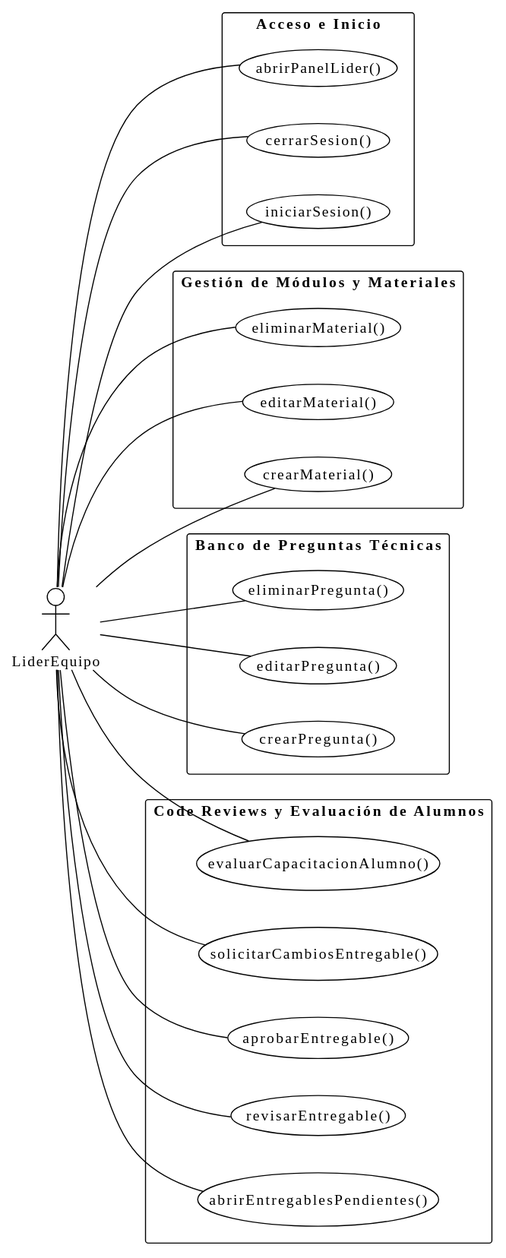
The PlantUML diagram images/RUP/01-requisitos/01-actores-casos-uso/actoresCasosUsoLiderEquipo.svg in TheMoys/CTS-Academy, before a commit.
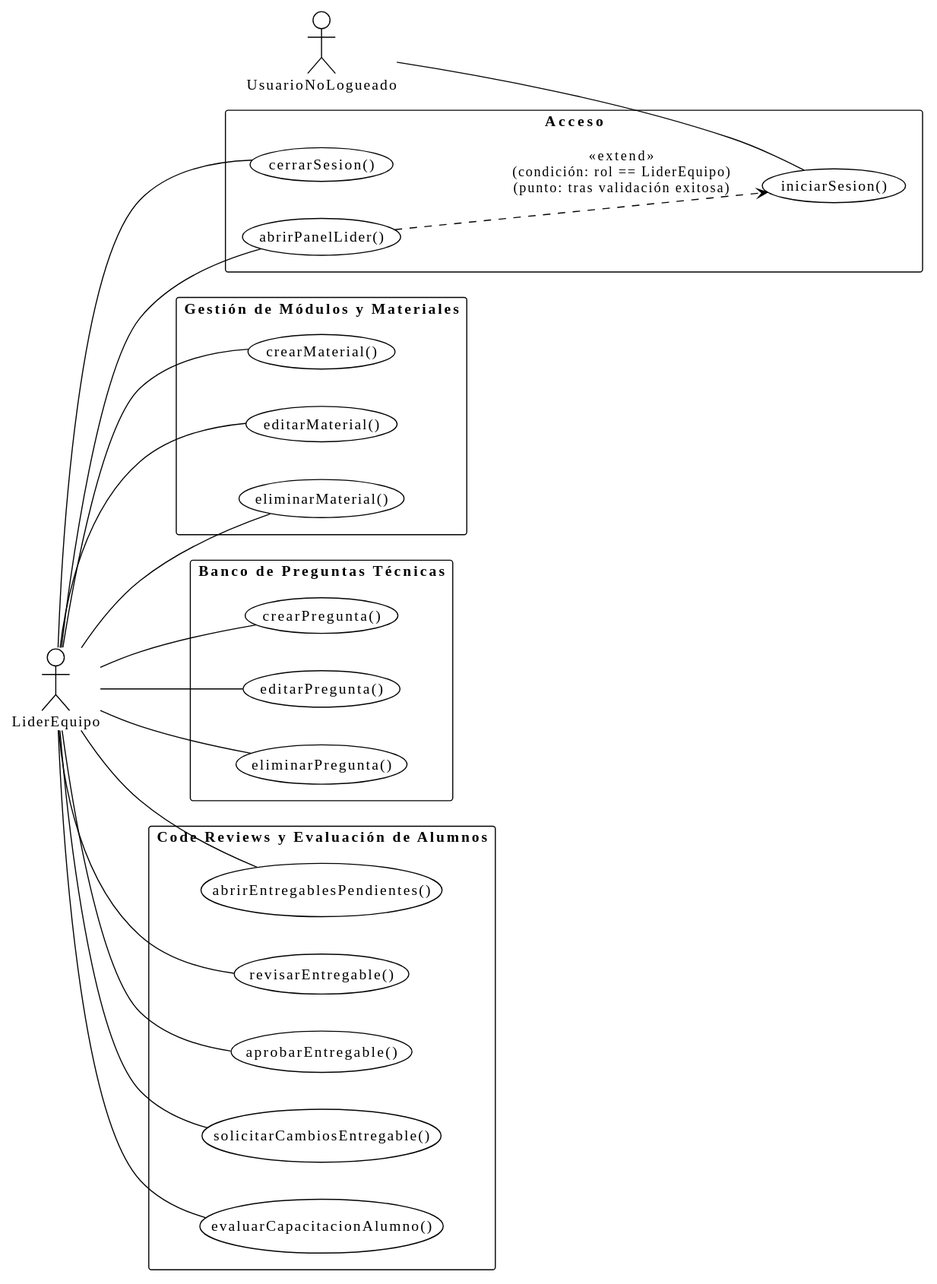
The same file after the commit.

What changed in the source:
```diff
@@ -3,13 +3,19 @@
 left to right direction
 skinparam packageStyle rectangle
 
+actor UsuarioNoLogueado
 actor LiderEquipo
 
-package "Acceso e Inicio" {
+package "Acceso" {
   usecase iniciarSesion as "iniciarSesion()"
   usecase cerrarSesion as "cerrarSesion()"
   usecase abrirPanelLider as "abrirPanelLider()"
 }
+
+UsuarioNoLogueado -- iniciarSesion
+LiderEquipo -- cerrarSesion
+LiderEquipo -- abrirPanelLider
+abrirPanelLider ..> iniciarSesion : <<extend>>\n(condición: rol == LiderEquipo)\n(punto: tras validación exitosa)
 
 package "Gestión de Módulos y Materiales" {
   usecase crearMaterial as "crearMaterial()"
@@ -31,10 +37,6 @@
   usecase evaluarCapacitacionAlumno as "evaluarCapacitacionAlumno()"
 }
 
-LiderEquipo -- iniciarSesion
-LiderEquipo -- cerrarSesion
-LiderEquipo -- abrirPanelLider
-
 LiderEquipo -- crearMaterial
 LiderEquipo -- editarMaterial
 LiderEquipo -- eliminarMaterial
```
